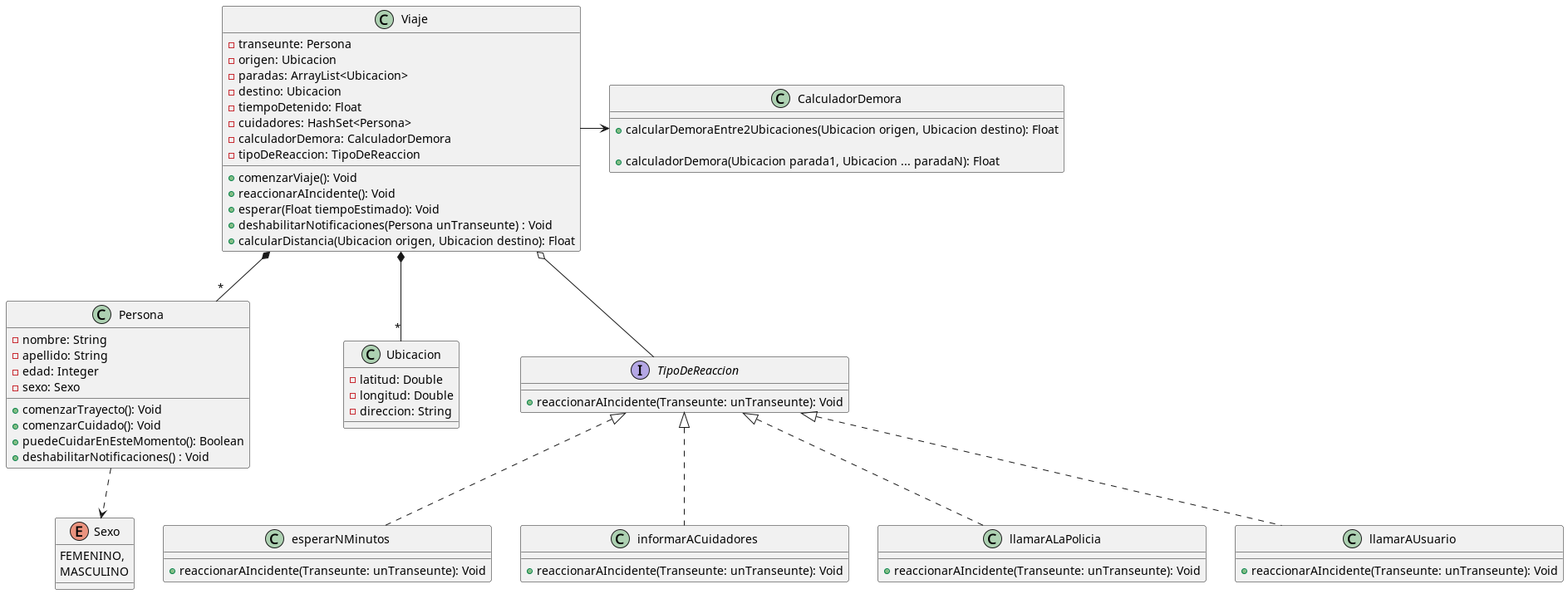
Before: src/class-diagram.png, a diagram exported from PlantUML (liamwilk/tp-cuidandonos).
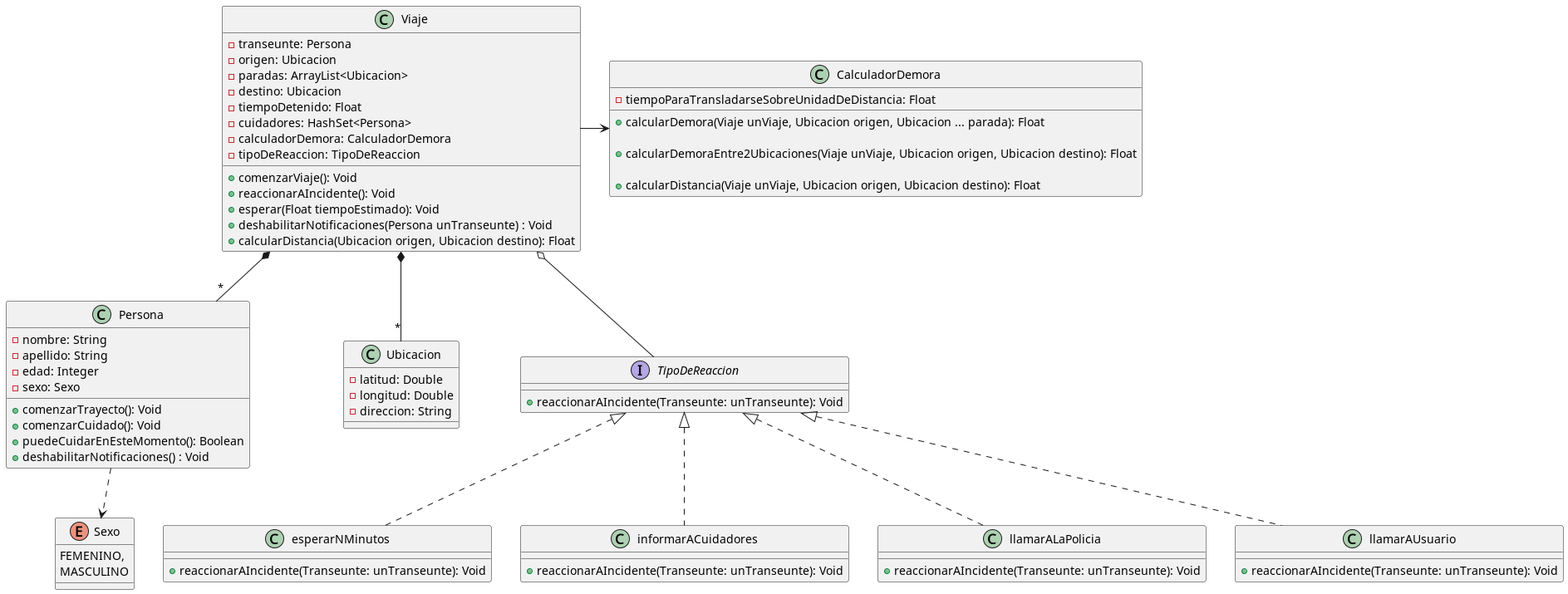
After the commit.

Commit message:
fix: CalculadorDemora firm methods Co-authored-by: AAMazzini03 <amazzini@frba.utn.edu.ar>

Diff of the diagram source:
```diff
@@ -41,9 +41,13 @@
 }
 
 class CalculadorDemora{
-    +calcularDemoraEntre2Ubicaciones(Ubicacion origen, Ubicacion destino): Float
+    -tiempoParaTransladarseSobreUnidadDeDistancia: Float
 
-    +calculadorDemora(Ubicacion parada1, Ubicacion ... paradaN): Float
+    +calcularDemora(Viaje unViaje, Ubicacion origen, Ubicacion ... parada): Float
+
+    +calcularDemoraEntre2Ubicaciones(Viaje unViaje, Ubicacion origen, Ubicacion destino): Float
+
+    +calcularDistancia(Viaje unViaje, Ubicacion origen, Ubicacion destino): Float
 }
 
 class Ubicacion{
```
